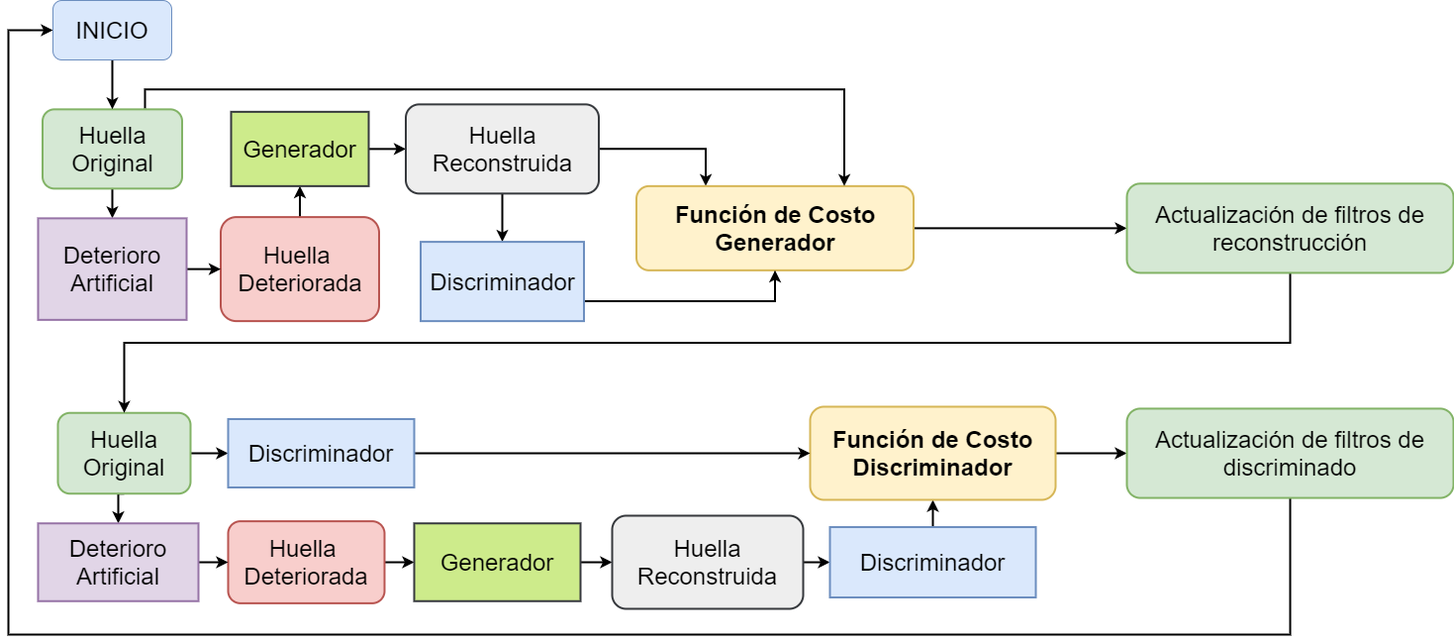
The draw.io diagram figs/training_flow_overall.png in cristianandrade99/degree_thesis_presentation, before a commit. Source tidied: cells renumbered, new cells last; positions are measured from the earlier drawing's top-left corner, leaving out a move shared by most shapes.
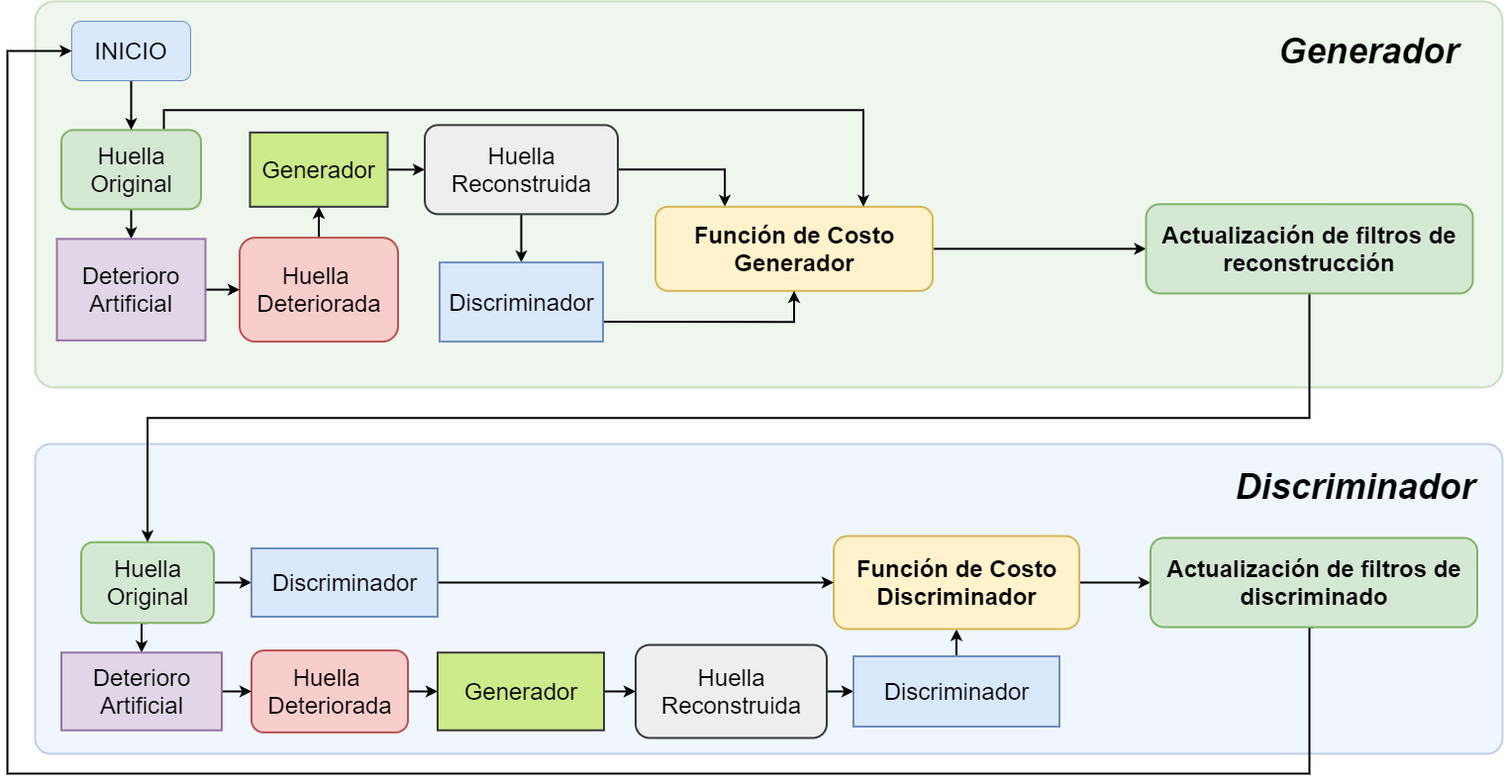
After the change.

Diff of the diagram source:
```diff
@@ -2,6 +2,12 @@
   <root>
     <mxCell id="0" />
     <mxCell id="1" parent="0" />
+    <mxCell id="41" style="rounded=1;whiteSpace=wrap;html=1;arcSize=5;gradientDirection=east;opacity=40;fillColor=#dae8fc;strokeColor=#6c8ebf;strokeWidth=2;" parent="1" vertex="1">
+      <mxGeometry x="8" y="427" width="1482" height="313" as="geometry" />
+    </mxCell>
+    <mxCell id="42" style="rounded=1;whiteSpace=wrap;html=1;arcSize=5;gradientDirection=east;opacity=40;fillColor=#d5e8d4;strokeColor=#82b366;strokeWidth=2;" parent="1" vertex="1">
+      <mxGeometry x="8" y="-20.1" width="1482" height="390.1" as="geometry" />
+    </mxCell>
     <mxCell id="2" style="edgeStyle=orthogonalEdgeStyle;rounded=0;jettySize=auto;html=1;exitX=0.5;exitY=0;exitDx=0;exitDy=0;entryX=0.5;entryY=1;entryDx=0;entryDy=0;fontSize=24;strokeWidth=2;" parent="1" edge="1" source="3" target="5">
       <mxGeometry relative="1" as="geometry" />
     </mxCell>
@@ -54,25 +60,25 @@
       <mxGeometry relative="1" as="geometry" />
     </mxCell>
     <mxCell id="19" value="&lt;span style=&quot;font-size: 24px;&quot;&gt;Huella &lt;br style=&quot;font-size: 24px;&quot;&gt;Deteriorada&lt;/span&gt;" style="rounded=1;whiteSpace=wrap;html=1;fillColor=#f8cecc;strokeColor=#b85450;fontSize=24;strokeWidth=2;" parent="1" vertex="1">
-      <mxGeometry x="222" y="525.6" width="158" height="82.8" as="geometry" />
+      <mxGeometry x="226.5" y="635.6" width="158" height="82.8" as="geometry" />
     </mxCell>
     <mxCell id="20" style="edgeStyle=orthogonalEdgeStyle;rounded=0;jettySize=auto;html=1;exitX=1;exitY=0.5;exitDx=0;exitDy=0;entryX=0;entryY=0.5;entryDx=0;entryDy=0;fontSize=24;strokeWidth=2;" parent="1" edge="1" source="21" target="23">
       <mxGeometry relative="1" as="geometry" />
     </mxCell>
     <mxCell id="21" value="&lt;font style=&quot;font-size: 24px;&quot;&gt;Generador&lt;/font&gt;" style="rounded=0;whiteSpace=wrap;html=1;fillColor=#cdeb8b;strokeColor=#36393d;fontSize=24;strokeWidth=2;" parent="1" vertex="1">
-      <mxGeometry x="410" y="527.8" width="168" height="78.5" as="geometry" />
+      <mxGeometry x="414.5" y="637.8" width="168" height="78.5" as="geometry" />
     </mxCell>
     <mxCell id="22" style="edgeStyle=orthogonalEdgeStyle;rounded=0;jettySize=auto;html=1;exitX=1;exitY=0.5;exitDx=0;exitDy=0;entryX=0;entryY=0.5;entryDx=0;entryDy=0;fontSize=24;strokeWidth=2;" parent="1" edge="1" source="23" target="25">
       <mxGeometry relative="1" as="geometry" />
     </mxCell>
     <mxCell id="23" value="&lt;span style=&quot;font-size: 24px;&quot;&gt;Huella Reconstruida&lt;/span&gt;" style="rounded=1;whiteSpace=wrap;html=1;fillColor=#eeeeee;strokeColor=#36393d;fontSize=24;strokeWidth=2;" parent="1" vertex="1">
-      <mxGeometry x="610" y="520" width="193" height="94" as="geometry" />
+      <mxGeometry x="614.5" y="630" width="193" height="94" as="geometry" />
     </mxCell>
     <mxCell id="24" style="edgeStyle=orthogonalEdgeStyle;rounded=0;jettySize=auto;html=1;exitX=0.5;exitY=0;exitDx=0;exitDy=0;entryX=0.5;entryY=1;entryDx=0;entryDy=0;fontSize=24;strokeWidth=2;" parent="1" edge="1" source="25" target="32">
       <mxGeometry relative="1" as="geometry" />
     </mxCell>
     <mxCell id="25" value="&lt;font style=&quot;font-size: 24px;&quot;&gt;Discriminador&lt;/font&gt;" style="rounded=0;whiteSpace=wrap;html=1;fillColor=#dae8fc;strokeColor=#6c8ebf;fontSize=24;strokeWidth=2;" parent="1" vertex="1">
-      <mxGeometry x="830" y="531.5" width="208" height="71" as="geometry" />
+      <mxGeometry x="834.5" y="641.5" width="208" height="71" as="geometry" />
     </mxCell>
     <mxCell id="26" style="edgeStyle=orthogonalEdgeStyle;rounded=0;jettySize=auto;html=1;exitX=0.5;exitY=1;exitDx=0;exitDy=0;entryX=0.5;entryY=0;entryDx=0;entryDy=0;fontSize=24;strokeWidth=2;" parent="1" edge="1" source="28" target="30">
       <mxGeometry relative="1" as="geometry" />
@@ -81,43 +87,44 @@
       <mxGeometry relative="1" as="geometry" />
     </mxCell>
     <mxCell id="28" value="&lt;span style=&quot;font-size: 24px;&quot;&gt;Huella Original&lt;/span&gt;" style="rounded=1;whiteSpace=wrap;html=1;fillColor=#d5e8d4;strokeColor=#82b366;fontSize=24;strokeWidth=2;" parent="1" vertex="1">
-      <mxGeometry x="50" y="416.2" width="134" height="81.5" as="geometry" />
+      <mxGeometry x="54.5" y="526.2" width="134" height="81.5" as="geometry" />
     </mxCell>
     <mxCell id="29" style="edgeStyle=orthogonalEdgeStyle;rounded=0;jettySize=auto;html=1;exitX=1;exitY=0.5;exitDx=0;exitDy=0;entryX=0;entryY=0.5;entryDx=0;entryDy=0;fontSize=24;strokeWidth=2;" parent="1" edge="1" source="30" target="19">
       <mxGeometry relative="1" as="geometry" />
     </mxCell>
     <mxCell id="30" value="&lt;font style=&quot;font-size: 24px;&quot;&gt;Deterioro Artificial&lt;br style=&quot;font-size: 24px;&quot;&gt;&lt;/font&gt;" style="rounded=0;whiteSpace=wrap;html=1;fillColor=#e1d5e7;strokeColor=#9673a6;fontSize=24;strokeWidth=2;" parent="1" vertex="1">
-      <mxGeometry x="30" y="527.8" width="162" height="78.5" as="geometry" />
+      <mxGeometry x="34.5" y="637.8" width="162" height="78.5" as="geometry" />
     </mxCell>
     <mxCell id="31" style="edgeStyle=orthogonalEdgeStyle;rounded=0;jettySize=auto;html=1;exitX=1;exitY=0.5;exitDx=0;exitDy=0;entryX=0;entryY=0.5;entryDx=0;entryDy=0;strokeWidth=2;" parent="1" edge="1" source="32" target="38">
       <mxGeometry relative="1" as="geometry" />
     </mxCell>
     <mxCell id="32" value="&lt;span style=&quot;font-size: 24px;&quot;&gt;Función de Costo Discriminador&lt;/span&gt;" style="rounded=1;whiteSpace=wrap;html=1;fillColor=#fff2cc;strokeColor=#d6b656;fontSize=24;labelBorderColor=none;strokeWidth=2;fontStyle=1;" parent="1" vertex="1">
-      <mxGeometry x="810" y="410" width="248" height="94" as="geometry" />
+      <mxGeometry x="814.5" y="520" width="248" height="94" as="geometry" />
     </mxCell>
     <mxCell id="33" style="edgeStyle=orthogonalEdgeStyle;rounded=0;jettySize=auto;html=1;exitX=1;exitY=0.5;exitDx=0;exitDy=0;entryX=0;entryY=0.5;entryDx=0;entryDy=0;fontSize=24;strokeWidth=2;" parent="1" edge="1" source="34" target="32">
       <mxGeometry relative="1" as="geometry" />
     </mxCell>
     <mxCell id="34" value="&lt;font style=&quot;font-size: 24px;&quot;&gt;Discriminador&lt;/font&gt;" style="rounded=0;whiteSpace=wrap;html=1;fillColor=#dae8fc;strokeColor=#6c8ebf;fontSize=24;strokeWidth=2;" parent="1" vertex="1">
-      <mxGeometry x="222" y="422.5" width="188" height="69" as="geometry" />
+      <mxGeometry x="226.5" y="532.5" width="188" height="69" as="geometry" />
     </mxCell>
     <mxCell id="35" style="edgeStyle=orthogonalEdgeStyle;rounded=0;jettySize=auto;html=1;exitX=0.5;exitY=1;exitDx=0;exitDy=0;entryX=0.5;entryY=0;entryDx=0;entryDy=0;strokeWidth=2;" parent="1" edge="1" source="36" target="28">
       <mxGeometry relative="1" as="geometry" />
     </mxCell>
-    <mxCell id="36" value="Actualización de filtros de reconstrucción" style="rounded=1;whiteSpace=wrap;html=1;fillColor=#d5e8d4;strokeColor=#82b366;fontSize=24;strokeWidth=2;" parent="1" vertex="1">
+    <mxCell id="36" value="Actualización de filtros de reconstrucción" style="rounded=1;whiteSpace=wrap;html=1;fillColor=#d5e8d4;strokeColor=#82b366;fontSize=24;strokeWidth=2;fontStyle=1;" parent="1" vertex="1">
       <mxGeometry x="1130" y="184.8" width="330" height="90.1" as="geometry" />
     </mxCell>
     <mxCell id="37" style="edgeStyle=orthogonalEdgeStyle;rounded=0;jettySize=auto;html=1;exitX=0.5;exitY=1;exitDx=0;exitDy=0;entryX=0;entryY=0.5;entryDx=0;entryDy=0;strokeWidth=2;fontSize=24;" parent="1" edge="1" source="38" target="40">
       <mxGeometry relative="1" as="geometry">
         <Array as="points">
-          <mxPoint x="1295" y="640" />
-          <mxPoint y="640" />
-          <mxPoint y="30" />
+          <mxPoint x="1295" y="612" />
+          <mxPoint x="1295" y="760" />
+          <mxPoint x="-20" y="760" />
+          <mxPoint x="-20" y="30" />
         </Array>
       </mxGeometry>
     </mxCell>
-    <mxCell id="38" value="Actualización de filtros de discriminado" style="rounded=1;whiteSpace=wrap;html=1;fillColor=#d5e8d4;strokeColor=#82b366;fontSize=24;strokeWidth=2;" parent="1" vertex="1">
-      <mxGeometry x="1130" y="411.9" width="330" height="90.1" as="geometry" />
+    <mxCell id="38" value="Actualización de filtros de discriminado" style="rounded=1;whiteSpace=wrap;html=1;fillColor=#d5e8d4;strokeColor=#82b366;fontSize=24;strokeWidth=2;fontStyle=1;" parent="1" vertex="1">
+      <mxGeometry x="1134.5" y="521.9" width="330" height="90.1" as="geometry" />
     </mxCell>
     <mxCell id="39" style="edgeStyle=orthogonalEdgeStyle;rounded=0;jettySize=auto;html=1;exitX=0.5;exitY=1;exitDx=0;exitDy=0;entryX=0.5;entryY=0;entryDx=0;entryDy=0;fontSize=24;strokeWidth=2;" parent="1" edge="1" source="40" target="13">
       <mxGeometry relative="1" as="geometry" />
@@ -125,5 +132,11 @@
     <mxCell id="40" value="INICIO" style="rounded=1;whiteSpace=wrap;html=1;fontSize=24;fillColor=#dae8fc;strokeColor=#6c8ebf;" parent="1" vertex="1">
       <mxGeometry x="45" width="120" height="60" as="geometry" />
     </mxCell>
+    <mxCell id="43" value="Generador" style="text;html=1;strokeColor=none;fillColor=none;align=center;verticalAlign=middle;whiteSpace=wrap;rounded=0;opacity=40;fontSize=36;fontStyle=3;" parent="1" vertex="1">
+      <mxGeometry x="1250" y="10" width="210" height="40" as="geometry" />
+    </mxCell>
+    <mxCell id="44" value="Discriminador" style="text;html=1;strokeColor=none;fillColor=none;align=center;verticalAlign=middle;whiteSpace=wrap;rounded=0;opacity=40;fontSize=36;fontStyle=3;" parent="1" vertex="1">
+      <mxGeometry x="1217.5" y="450" width="247" height="40" as="geometry" />
+    </mxCell>
   </root>
 </mxGraphModel>
```
